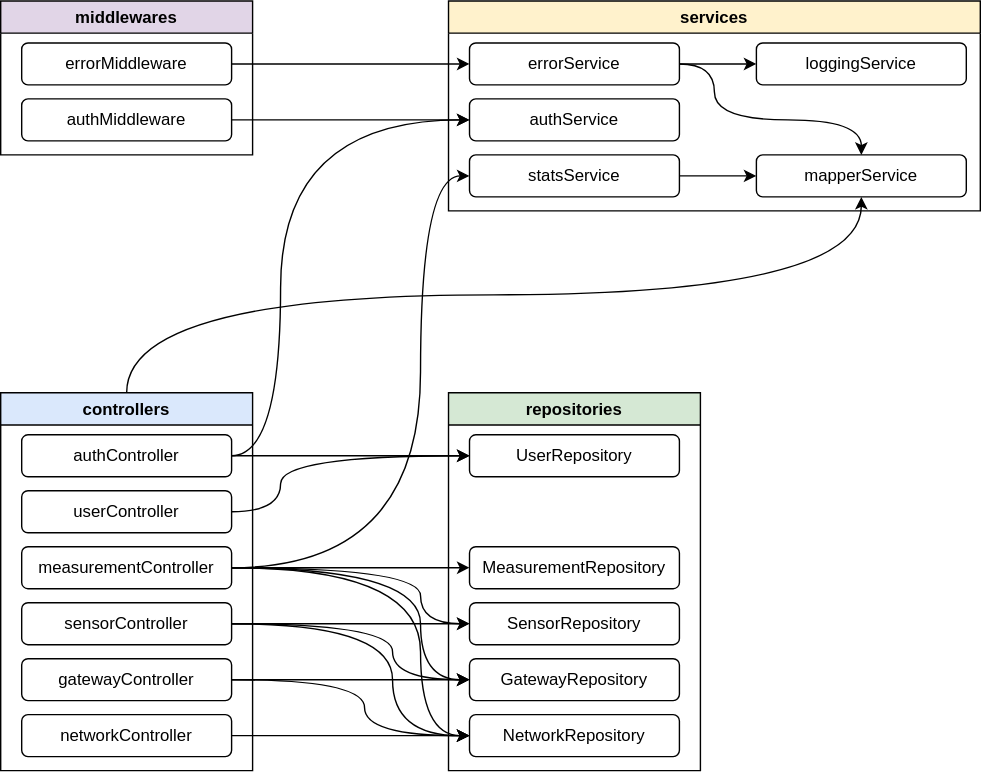
Above: doc/diagrams/dependency_graph.svg in alessiapriotti/geocontrol (draw.io), before the change. Source tidied: cells renumbered, new cells last; positions are measured from the earlier drawing's top-left corner, leaving out a move shared by most shapes. Its diagram source:
```xml
<mxGraphModel>
  <root>
    <mxCell id="0" />
    <mxCell id="1" parent="0" />
    <mxCell id="2" style="edgeStyle=orthogonalEdgeStyle;rounded=0;jettySize=auto;html=1;entryX=0.5;entryY=1;entryDx=0;entryDy=0;exitX=0.5;exitY=0;exitDx=0;exitDy=0;curved=1;" parent="1" edge="1" source="3" target="24">
      <mxGeometry relative="1" as="geometry" />
    </mxCell>
    <mxCell id="3" value="controllers" style="swimlane;fillColor=#dae8fc;" parent="1" vertex="1">
      <mxGeometry y="280" width="180" height="270" as="geometry" />
    </mxCell>
    <mxCell id="4" value="authController" style="rounded=1;whiteSpace=wrap;html=1;" parent="3" vertex="1">
      <mxGeometry x="15" y="30" width="150" height="30" as="geometry" />
    </mxCell>
    <mxCell id="5" value="measurementController" style="rounded=1;whiteSpace=wrap;html=1;" parent="3" vertex="1">
      <mxGeometry x="15" y="110" width="150" height="30" as="geometry" />
    </mxCell>
    <mxCell id="6" value="sensorController" style="rounded=1;whiteSpace=wrap;html=1;" parent="3" vertex="1">
      <mxGeometry x="15" y="150" width="150" height="30" as="geometry" />
    </mxCell>
    <mxCell id="7" value="userController" style="rounded=1;whiteSpace=wrap;html=1;" parent="3" vertex="1">
      <mxGeometry x="15" y="70" width="150" height="30" as="geometry" />
    </mxCell>
    <mxCell id="8" value="gatewayController" style="rounded=1;whiteSpace=wrap;html=1;" parent="3" vertex="1">
      <mxGeometry x="15" y="190" width="150" height="30" as="geometry" />
    </mxCell>
    <mxCell id="9" value="networkController" style="rounded=1;whiteSpace=wrap;html=1;" parent="3" vertex="1">
      <mxGeometry x="15" y="230" width="150" height="30" as="geometry" />
    </mxCell>
    <mxCell id="10" value="middlewares" style="swimlane;fillColor=#e1d5e7;" parent="1" vertex="1">
      <mxGeometry width="180" height="110" as="geometry" />
    </mxCell>
    <mxCell id="11" value="errorMiddleware" style="rounded=1;whiteSpace=wrap;html=1;" parent="10" vertex="1">
      <mxGeometry x="15" y="30" width="150" height="30" as="geometry" />
    </mxCell>
    <mxCell id="12" value="authMiddleware" style="rounded=1;whiteSpace=wrap;html=1;" parent="10" vertex="1">
      <mxGeometry x="15" y="70" width="150" height="30" as="geometry" />
    </mxCell>
    <mxCell id="13" value="repositories" style="swimlane;fillColor=#d5e8d4;" parent="1" vertex="1">
      <mxGeometry x="320" y="280" width="180" height="270" as="geometry" />
    </mxCell>
    <mxCell id="14" value="SensorRepository" style="rounded=1;whiteSpace=wrap;html=1;" parent="13" vertex="1">
      <mxGeometry x="15" y="150" width="150" height="30" as="geometry" />
    </mxCell>
    <mxCell id="15" value="UserRepository" style="rounded=1;whiteSpace=wrap;html=1;" parent="13" vertex="1">
      <mxGeometry x="15" y="30" width="150" height="30" as="geometry" />
    </mxCell>
    <mxCell id="16" value="GatewayRepository" style="rounded=1;whiteSpace=wrap;html=1;" parent="13" vertex="1">
      <mxGeometry x="15" y="190" width="150" height="30" as="geometry" />
    </mxCell>
    <mxCell id="17" value="MeasurementRepository" style="rounded=1;whiteSpace=wrap;html=1;" parent="13" vertex="1">
      <mxGeometry x="15" y="110" width="150" height="30" as="geometry" />
    </mxCell>
    <mxCell id="18" value="NetworkRepository" style="rounded=1;whiteSpace=wrap;html=1;" parent="13" vertex="1">
      <mxGeometry x="15" y="230" width="150" height="30" as="geometry" />
    </mxCell>
    <mxCell id="19" value="services" style="swimlane;fillColor=#fff2cc;" parent="1" vertex="1">
      <mxGeometry x="320" width="380" height="150" as="geometry" />
    </mxCell>
    <mxCell id="20" style="edgeStyle=orthogonalEdgeStyle;rounded=0;jettySize=auto;html=1;entryX=0;entryY=0.5;entryDx=0;entryDy=0;" parent="19" edge="1" source="22" target="23">
      <mxGeometry relative="1" as="geometry" />
    </mxCell>
    <mxCell id="21" style="rounded=0;jettySize=auto;html=1;entryX=0.5;entryY=0;entryDx=0;entryDy=0;exitX=1;exitY=0.5;exitDx=0;exitDy=0;edgeStyle=orthogonalEdgeStyle;curved=1;" parent="19" edge="1" source="22" target="24">
      <mxGeometry relative="1" as="geometry">
        <Array as="points">
          <mxPoint x="190" y="45" />
          <mxPoint x="190" y="85" />
          <mxPoint x="295" y="85" />
        </Array>
      </mxGeometry>
    </mxCell>
    <mxCell id="22" value="errorService" style="rounded=1;whiteSpace=wrap;html=1;" parent="19" vertex="1">
      <mxGeometry x="15" y="30" width="150" height="30" as="geometry" />
    </mxCell>
    <mxCell id="23" value="loggingService" style="rounded=1;whiteSpace=wrap;html=1;" parent="19" vertex="1">
      <mxGeometry x="220" y="30" width="150" height="30" as="geometry" />
    </mxCell>
    <mxCell id="24" value="mapperService" style="rounded=1;whiteSpace=wrap;html=1;" parent="19" vertex="1">
      <mxGeometry x="220" y="110" width="150" height="30" as="geometry" />
    </mxCell>
    <mxCell id="25" style="edgeStyle=orthogonalEdgeStyle;rounded=0;jettySize=auto;html=1;entryX=0;entryY=0.5;entryDx=0;entryDy=0;" parent="19" edge="1" source="26" target="24">
      <mxGeometry relative="1" as="geometry" />
    </mxCell>
    <mxCell id="26" value="statsService" style="rounded=1;whiteSpace=wrap;html=1;" parent="19" vertex="1">
      <mxGeometry x="15" y="110" width="150" height="30" as="geometry" />
    </mxCell>
    <mxCell id="27" value="authService" style="rounded=1;whiteSpace=wrap;html=1;" parent="19" vertex="1">
      <mxGeometry x="15" y="70" width="150" height="30" as="geometry" />
    </mxCell>
    <mxCell id="28" style="edgeStyle=orthogonalEdgeStyle;rounded=0;jettySize=auto;html=1;entryX=0;entryY=0.5;entryDx=0;entryDy=0;curved=1;" parent="1" edge="1" source="4" target="27">
      <mxGeometry relative="1" as="geometry">
        <Array as="points">
          <mxPoint x="200" y="325" />
          <mxPoint x="200" y="85" />
        </Array>
      </mxGeometry>
    </mxCell>
    <mxCell id="29" style="edgeStyle=orthogonalEdgeStyle;rounded=0;jettySize=auto;html=1;entryX=0;entryY=0.5;entryDx=0;entryDy=0;" parent="1" edge="1" source="12" target="27">
      <mxGeometry relative="1" as="geometry" />
    </mxCell>
    <mxCell id="30" style="edgeStyle=orthogonalEdgeStyle;rounded=0;jettySize=auto;html=1;entryX=0;entryY=0.5;entryDx=0;entryDy=0;" parent="1" edge="1" source="11" target="22">
      <mxGeometry relative="1" as="geometry" />
    </mxCell>
    <mxCell id="31" style="edgeStyle=orthogonalEdgeStyle;rounded=0;jettySize=auto;html=1;entryX=0;entryY=0.5;entryDx=0;entryDy=0;" parent="1" edge="1" source="4" target="15">
      <mxGeometry relative="1" as="geometry" />
    </mxCell>
    <mxCell id="32" style="edgeStyle=orthogonalEdgeStyle;rounded=0;jettySize=auto;html=1;entryX=0;entryY=0.5;entryDx=0;entryDy=0;curved=1;" parent="1" edge="1" source="7" target="15">
      <mxGeometry relative="1" as="geometry">
        <Array as="points">
          <mxPoint x="200" y="365" />
          <mxPoint x="200" y="325" />
        </Array>
      </mxGeometry>
    </mxCell>
    <mxCell id="33" style="edgeStyle=orthogonalEdgeStyle;rounded=0;jettySize=auto;html=1;entryX=0;entryY=0.5;entryDx=0;entryDy=0;elbow=vertical;curved=1;" parent="1" edge="1" source="5" target="26">
      <mxGeometry relative="1" as="geometry">
        <Array as="points">
          <mxPoint x="300" y="405" />
          <mxPoint x="300" y="125" />
        </Array>
      </mxGeometry>
    </mxCell>
    <mxCell id="34" style="edgeStyle=orthogonalEdgeStyle;rounded=0;jettySize=auto;html=1;entryX=0;entryY=0.5;entryDx=0;entryDy=0;curved=1;" parent="1" edge="1" source="5" target="17">
      <mxGeometry relative="1" as="geometry" />
    </mxCell>
    <mxCell id="35" style="edgeStyle=orthogonalEdgeStyle;rounded=0;jettySize=auto;html=1;entryX=0;entryY=0.5;entryDx=0;entryDy=0;curved=1;" parent="1" edge="1" source="5" target="14">
      <mxGeometry relative="1" as="geometry">
        <Array as="points">
          <mxPoint x="300" y="405" />
          <mxPoint x="300" y="445" />
        </Array>
      </mxGeometry>
    </mxCell>
    <mxCell id="36" style="edgeStyle=orthogonalEdgeStyle;rounded=0;jettySize=auto;html=1;entryX=0;entryY=0.5;entryDx=0;entryDy=0;curved=1;" parent="1" edge="1" source="5" target="16">
      <mxGeometry relative="1" as="geometry">
        <Array as="points">
          <mxPoint x="300" y="405" />
          <mxPoint x="300" y="485" />
        </Array>
      </mxGeometry>
    </mxCell>
    <mxCell id="37" style="edgeStyle=orthogonalEdgeStyle;rounded=0;jettySize=auto;html=1;entryX=0;entryY=0.5;entryDx=0;entryDy=0;curved=1;" parent="1" edge="1" source="5" target="18">
      <mxGeometry relative="1" as="geometry">
        <Array as="points">
          <mxPoint x="300" y="405" />
          <mxPoint x="300" y="525" />
        </Array>
      </mxGeometry>
    </mxCell>
    <mxCell id="38" style="edgeStyle=orthogonalEdgeStyle;rounded=0;jettySize=auto;html=1;entryX=0;entryY=0.5;entryDx=0;entryDy=0;" parent="1" edge="1" source="6" target="14">
      <mxGeometry relative="1" as="geometry" />
    </mxCell>
    <mxCell id="39" style="edgeStyle=orthogonalEdgeStyle;rounded=0;jettySize=auto;html=1;entryX=0;entryY=0.5;entryDx=0;entryDy=0;curved=1;" parent="1" edge="1" source="6" target="16">
      <mxGeometry relative="1" as="geometry">
        <Array as="points">
          <mxPoint x="280" y="445" />
          <mxPoint x="280" y="485" />
        </Array>
      </mxGeometry>
    </mxCell>
    <mxCell id="40" style="edgeStyle=orthogonalEdgeStyle;rounded=0;jettySize=auto;html=1;entryX=0;entryY=0.5;entryDx=0;entryDy=0;curved=1;" parent="1" edge="1" source="6" target="18">
      <mxGeometry relative="1" as="geometry">
        <Array as="points">
          <mxPoint x="280" y="445" />
          <mxPoint x="280" y="525" />
        </Array>
      </mxGeometry>
    </mxCell>
    <mxCell id="41" style="edgeStyle=orthogonalEdgeStyle;rounded=0;jettySize=auto;html=1;entryX=0;entryY=0.5;entryDx=0;entryDy=0;" parent="1" edge="1" source="8" target="16">
      <mxGeometry relative="1" as="geometry" />
    </mxCell>
    <mxCell id="42" style="edgeStyle=orthogonalEdgeStyle;rounded=0;jettySize=auto;html=1;entryX=0;entryY=0.5;entryDx=0;entryDy=0;curved=1;" parent="1" edge="1" source="8" target="18">
      <mxGeometry relative="1" as="geometry">
        <Array as="points">
          <mxPoint x="260" y="485" />
          <mxPoint x="260" y="525" />
        </Array>
      </mxGeometry>
    </mxCell>
    <mxCell id="43" style="edgeStyle=orthogonalEdgeStyle;rounded=0;jettySize=auto;html=1;entryX=0;entryY=0.5;entryDx=0;entryDy=0;" parent="1" edge="1" source="9" target="18">
      <mxGeometry relative="1" as="geometry" />
    </mxCell>
  </root>
</mxGraphModel>
```
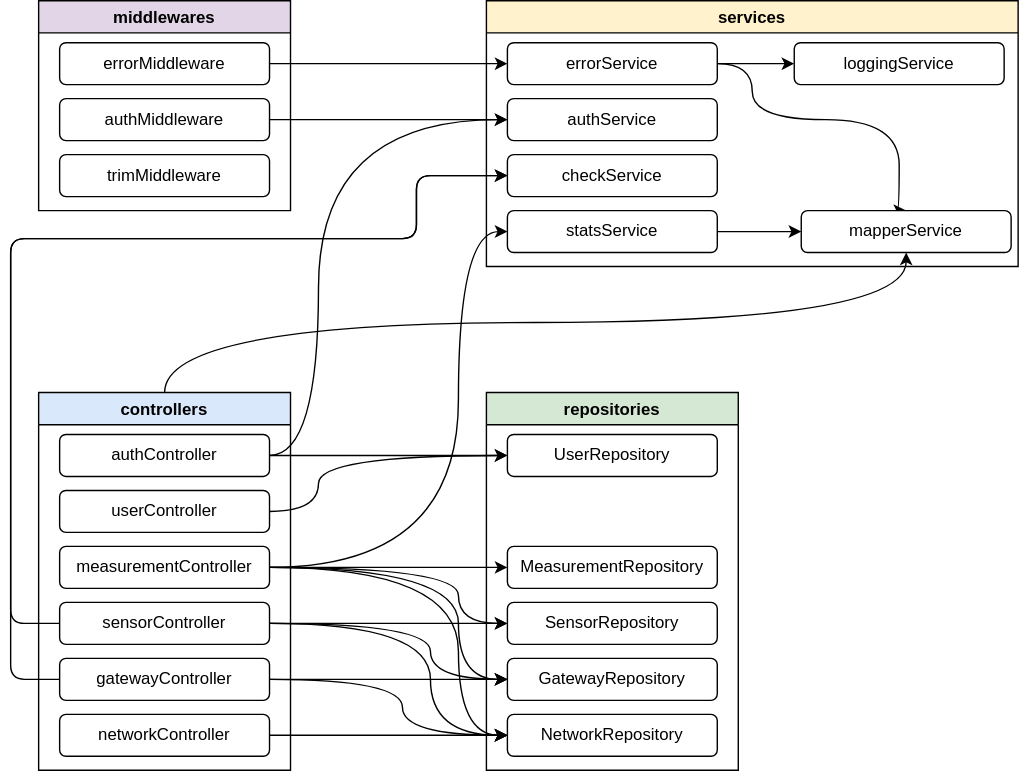
The same diagram one commit later.

Commit message:
Aggiorno TestReport, dependency graph

Diff of the diagram source:
```diff
@@ -27,7 +27,7 @@
       <mxGeometry x="15" y="230" width="150" height="30" as="geometry" />
     </mxCell>
     <mxCell id="10" value="middlewares" style="swimlane;fillColor=#e1d5e7;" parent="1" vertex="1">
-      <mxGeometry width="180" height="110" as="geometry" />
+      <mxGeometry width="180" height="150" as="geometry" />
     </mxCell>
     <mxCell id="11" value="errorMiddleware" style="rounded=1;whiteSpace=wrap;html=1;" parent="10" vertex="1">
       <mxGeometry x="15" y="30" width="150" height="30" as="geometry" />
@@ -35,6 +35,9 @@
     <mxCell id="12" value="authMiddleware" style="rounded=1;whiteSpace=wrap;html=1;" parent="10" vertex="1">
       <mxGeometry x="15" y="70" width="150" height="30" as="geometry" />
     </mxCell>
+    <mxCell id="44" value="trimMiddleware" style="rounded=1;whiteSpace=wrap;html=1;" parent="10" vertex="1">
+      <mxGeometry x="15" y="110" width="150" height="30" as="geometry" />
+    </mxCell>
     <mxCell id="13" value="repositories" style="swimlane;fillColor=#d5e8d4;" parent="1" vertex="1">
       <mxGeometry x="320" y="280" width="180" height="270" as="geometry" />
     </mxCell>
@@ -54,7 +57,7 @@
       <mxGeometry x="15" y="230" width="150" height="30" as="geometry" />
     </mxCell>
     <mxCell id="19" value="services" style="swimlane;fillColor=#fff2cc;" parent="1" vertex="1">
-      <mxGeometry x="320" width="380" height="150" as="geometry" />
+      <mxGeometry x="320" width="380" height="190" as="geometry" />
     </mxCell>
     <mxCell id="20" style="edgeStyle=orthogonalEdgeStyle;rounded=0;jettySize=auto;html=1;entryX=0;entryY=0.5;entryDx=0;entryDy=0;" parent="19" edge="1" source="22" target="23">
       <mxGeometry relative="1" as="geometry" />
@@ -75,17 +78,20 @@
       <mxGeometry x="220" y="30" width="150" height="30" as="geometry" />
     </mxCell>
     <mxCell id="24" value="mapperService" style="rounded=1;whiteSpace=wrap;html=1;" parent="19" vertex="1">
-      <mxGeometry x="220" y="110" width="150" height="30" as="geometry" />
+      <mxGeometry x="225" y="150" width="150" height="30" as="geometry" />
     </mxCell>
     <mxCell id="25" style="edgeStyle=orthogonalEdgeStyle;rounded=0;jettySize=auto;html=1;entryX=0;entryY=0.5;entryDx=0;entryDy=0;" parent="19" edge="1" source="26" target="24">
       <mxGeometry relative="1" as="geometry" />
     </mxCell>
     <mxCell id="26" value="statsService" style="rounded=1;whiteSpace=wrap;html=1;" parent="19" vertex="1">
-      <mxGeometry x="15" y="110" width="150" height="30" as="geometry" />
+      <mxGeometry x="15" y="150" width="150" height="30" as="geometry" />
     </mxCell>
     <mxCell id="27" value="authService" style="rounded=1;whiteSpace=wrap;html=1;" parent="19" vertex="1">
       <mxGeometry x="15" y="70" width="150" height="30" as="geometry" />
     </mxCell>
+    <mxCell id="45" value="check&lt;span style=&quot;background-color: initial;&quot;&gt;Service&lt;/span&gt;" style="rounded=1;whiteSpace=wrap;html=1;" parent="19" vertex="1">
+      <mxGeometry x="15" y="110" width="150" height="30" as="geometry" />
+    </mxCell>
     <mxCell id="28" style="edgeStyle=orthogonalEdgeStyle;rounded=0;jettySize=auto;html=1;entryX=0;entryY=0.5;entryDx=0;entryDy=0;curved=1;" parent="1" edge="1" source="4" target="27">
       <mxGeometry relative="1" as="geometry">
         <Array as="points">
@@ -115,7 +121,7 @@
       <mxGeometry relative="1" as="geometry">
         <Array as="points">
           <mxPoint x="300" y="405" />
-          <mxPoint x="300" y="125" />
+          <mxPoint x="300" y="165" />
         </Array>
       </mxGeometry>
     </mxCell>
@@ -179,5 +185,25 @@
     <mxCell id="43" style="edgeStyle=orthogonalEdgeStyle;rounded=0;jettySize=auto;html=1;entryX=0;entryY=0.5;entryDx=0;entryDy=0;" parent="1" edge="1" source="9" target="18">
       <mxGeometry relative="1" as="geometry" />
     </mxCell>
+    <mxCell id="46" style="edgeStyle=orthogonalEdgeStyle;rounded=1;jettySize=auto;html=1;entryX=0;entryY=0.5;entryDx=0;entryDy=0;curved=0;" parent="1" edge="1" source="6" target="45">
+      <mxGeometry relative="1" as="geometry">
+        <Array as="points">
+          <mxPoint x="-20" y="445" />
+          <mxPoint x="-20" y="170" />
+          <mxPoint x="270" y="170" />
+          <mxPoint x="270" y="125" />
+        </Array>
+      </mxGeometry>
+    </mxCell>
+    <mxCell id="47" style="edgeStyle=orthogonalEdgeStyle;rounded=1;jettySize=auto;html=1;entryX=0;entryY=0.5;entryDx=0;entryDy=0;elbow=vertical;curved=0;" parent="1" edge="1" source="8" target="45">
+      <mxGeometry relative="1" as="geometry">
+        <Array as="points">
+          <mxPoint x="-20" y="485" />
+          <mxPoint x="-20" y="170" />
+          <mxPoint x="270" y="170" />
+          <mxPoint x="270" y="125" />
+        </Array>
+      </mxGeometry>
+    </mxCell>
   </root>
 </mxGraphModel>
```
